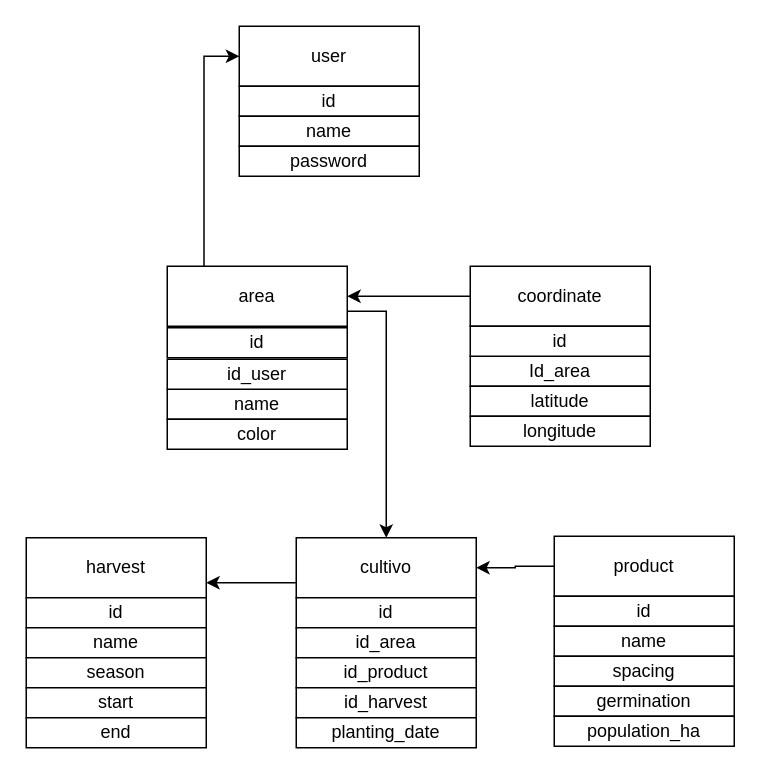
The draw.io diagram AgroCiclo.drawio in dev-pablo-pereira/agro-ciclo, before the edit. Source tidied: cells renumbered, new cells numbered last; positions are measured from the earlier drawing's top-left corner, leaving out a move shared by most shapes. Both pictures are drawn from the tidied source at 150%, with x=0, y=0 at pixel (26, 26).
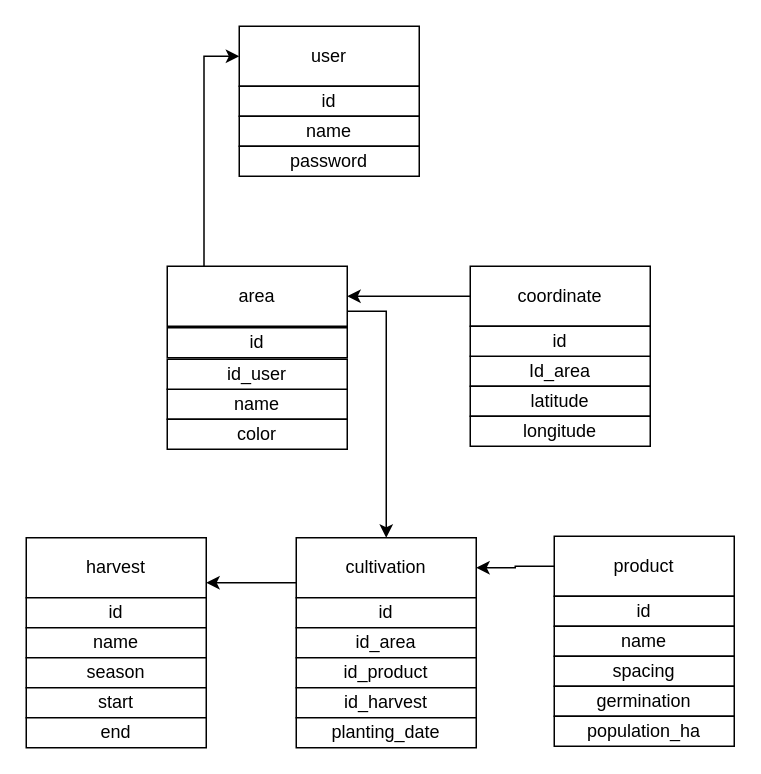
Above is the later version.

Change to the diagram source:
```diff
@@
-    <mxCell id="20" value="cultivo" style="rounded=0;whiteSpace=wrap;html=1;" parent="1" vertex="1">
+    <mxCell id="20" value="cultivation" style="rounded=0;whiteSpace=wrap;html=1;" parent="1" vertex="1">
       <mxGeometry x="180" y="341" width="120" height="40" as="geometry" />
     </mxCell>
```
